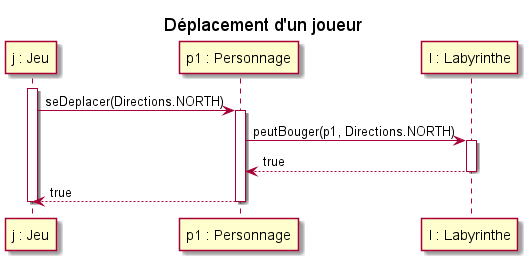
Above: documents/version_1/diagrammes/sequence/bougerJoueur.png in arnoux23u-IUTNC/2021_COO_Zeldiablo (PlantUML), before the change.
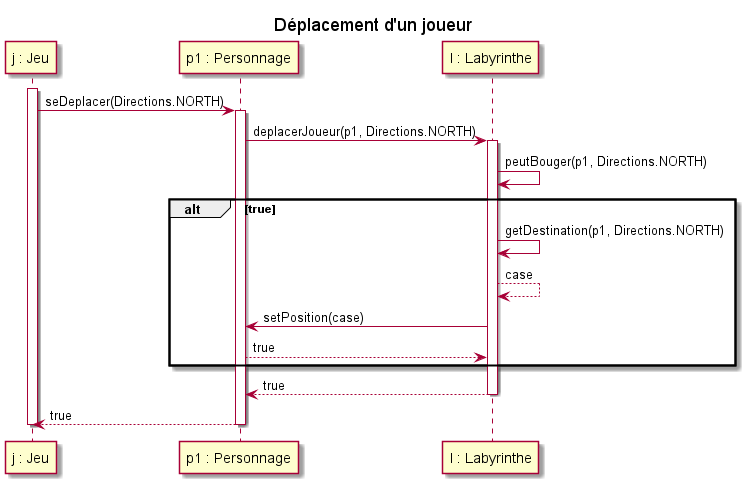
Later version of the same file.

What changed in the source:
```diff
@@ -9,8 +9,15 @@
 activate j
 j -> p1 : seDeplacer(Directions.NORTH)
 activate p1
-p1 -> l : peutBouger(p1, Directions.NORTH)
+p1 -> l : deplacerJoueur(p1, Directions.NORTH)
 activate l
+l -> l : peutBouger(p1, Directions.NORTH)
+alt true
+    l -> l : getDestination(p1, Directions.NORTH)
+    l --> l : case
+    l -> p1 : setPosition(case)
+    p1 --> l : true
+end
 l --> p1 : true
 deactivate l
 p1 --> j : true
```
